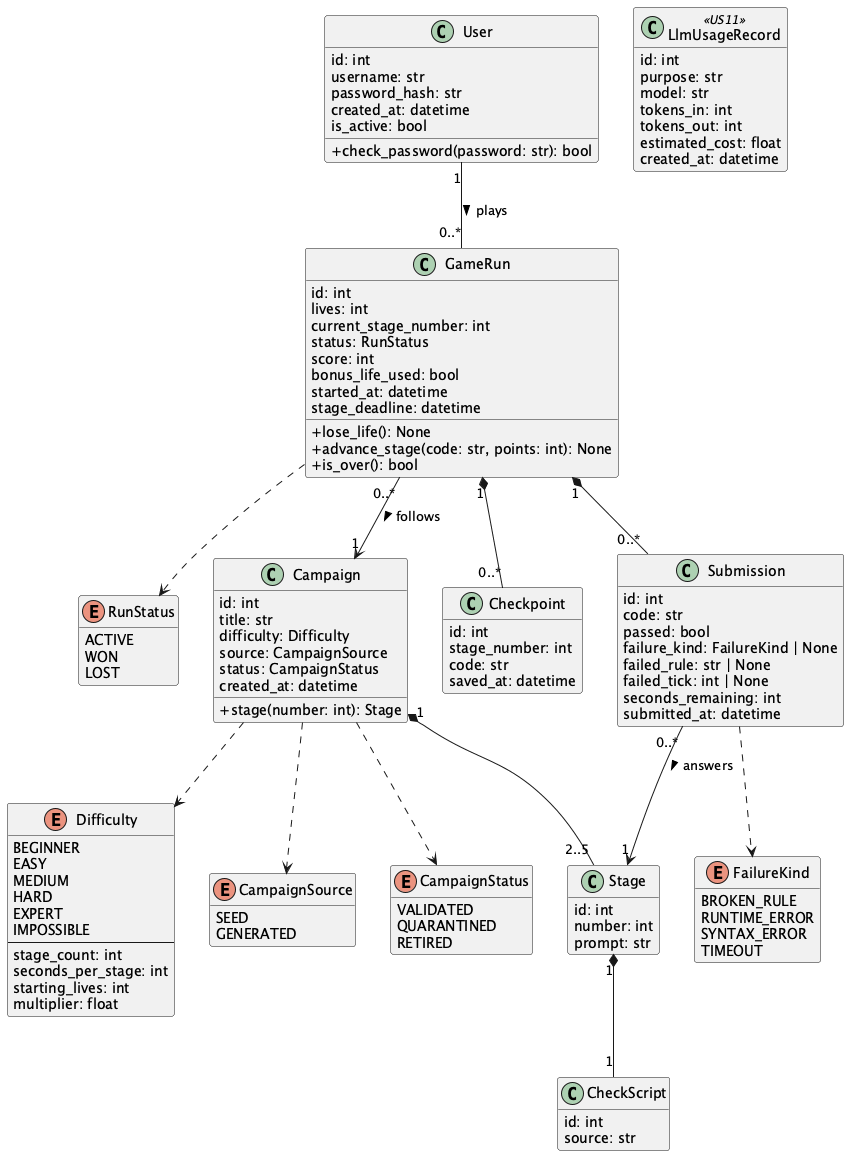
Above: uml/class.png in msu-denver/rokos-tasks (PlantUML), before the change.
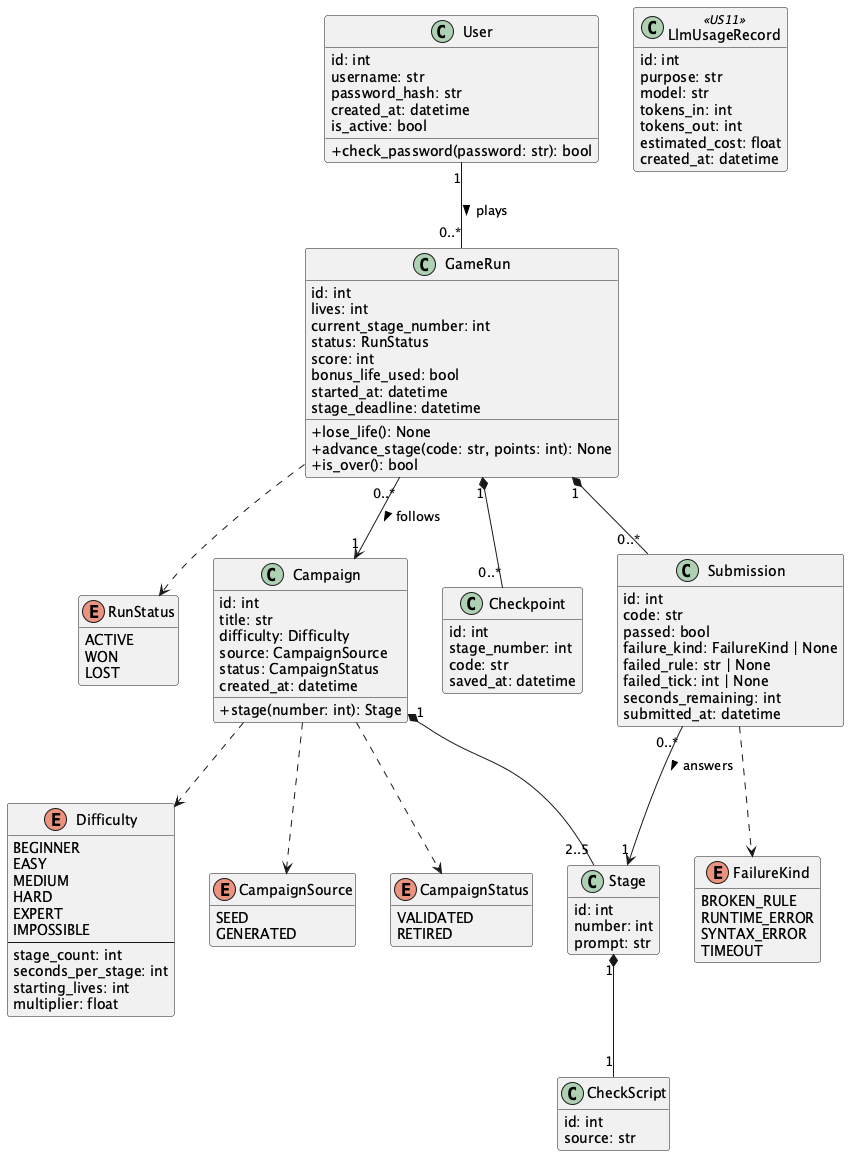
The same file after the commit.

Change to the diagram source:
```diff
@@ -24,7 +24,6 @@
 
 enum CampaignStatus {
     VALIDATED
-    QUARANTINED
     RETIRED
 }
 
```
